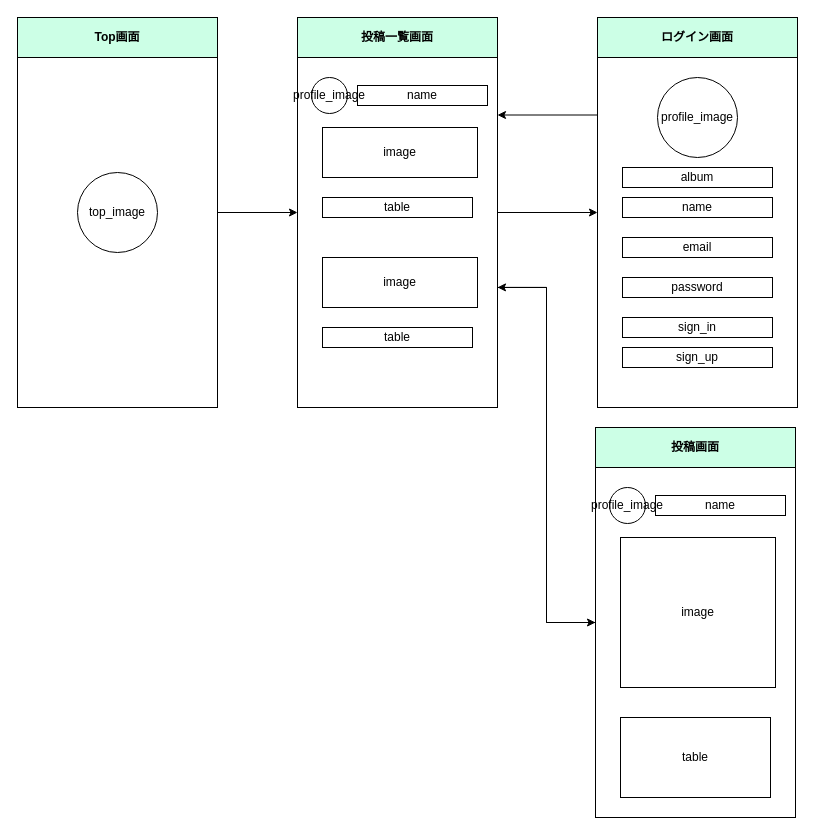
Earlier version of the draw.io diagram 画面遷移図.drawio (3582/Swift_portfolio). Source tidied: cells renumbered, new cells numbered last; positions are measured from the earlier drawing's top-left corner, leaving out a move shared by most shapes. Both pictures are drawn from the tidied source at 100%, with x=0, y=0 at pixel (17, 17).
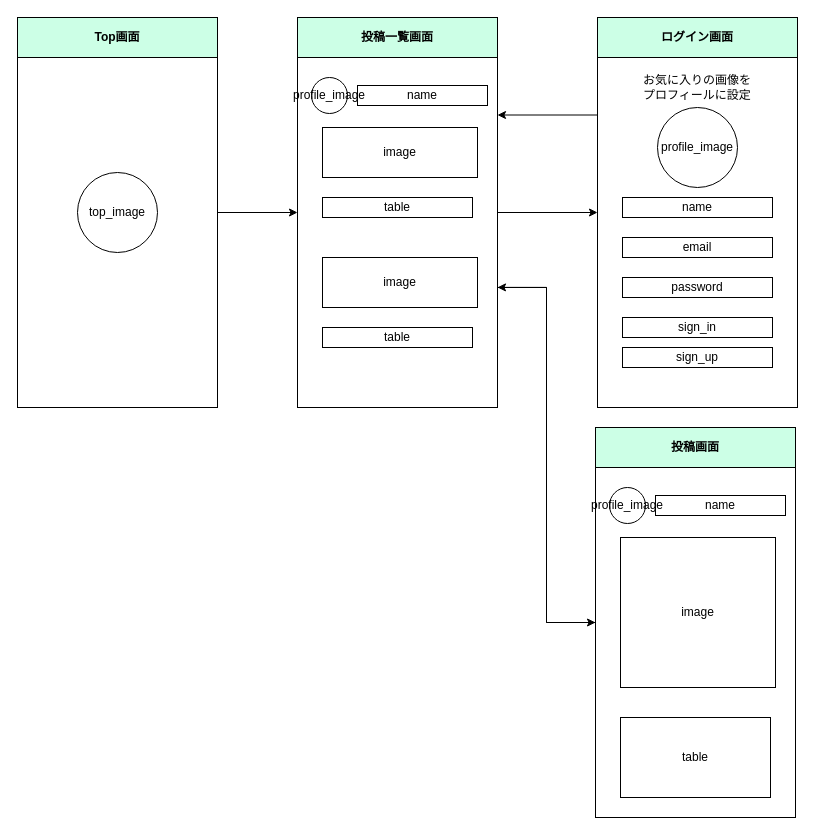
After the change.

Commit message:
ログイン画面.drawio を更新します

The change refers to these unchanged cells:
```xml
<mxCell id="3" style="group;" parent="2" vertex="1">
  <mxGeometry width="200" height="390" as="geometry" />
</mxCell>
```

Change to the diagram source:
```diff
@@
     <mxCell id="5" value="profile_image" style="ellipse;whiteSpace=wrap;html=1;" parent="3" vertex="1">
-      <mxGeometry x="60" y="60" width="80" height="80" as="geometry" />
+      <mxGeometry x="60" y="90" width="80" height="80" as="geometry" />
     </mxCell>
@@
-    <mxCell id="12" value="album" style="text;html=1;fillColor=none;align=center;verticalAlign=middle;whiteSpace=wrap;rounded=0;strokeColor=#000000;" parent="3" vertex="1">
-      <mxGeometry x="25" y="150" width="150" height="20" as="geometry" />
-    </mxCell>
+    <mxCell id="38" value="お気に入りの画像を&lt;br&gt;プロフィールに設定" style="text;html=1;strokeColor=none;fillColor=none;align=center;verticalAlign=middle;whiteSpace=wrap;rounded=0;" parent="3" vertex="1">
+      <mxGeometry x="30" y="60" width="140" height="20" as="geometry" />
+    </mxCell>
```
